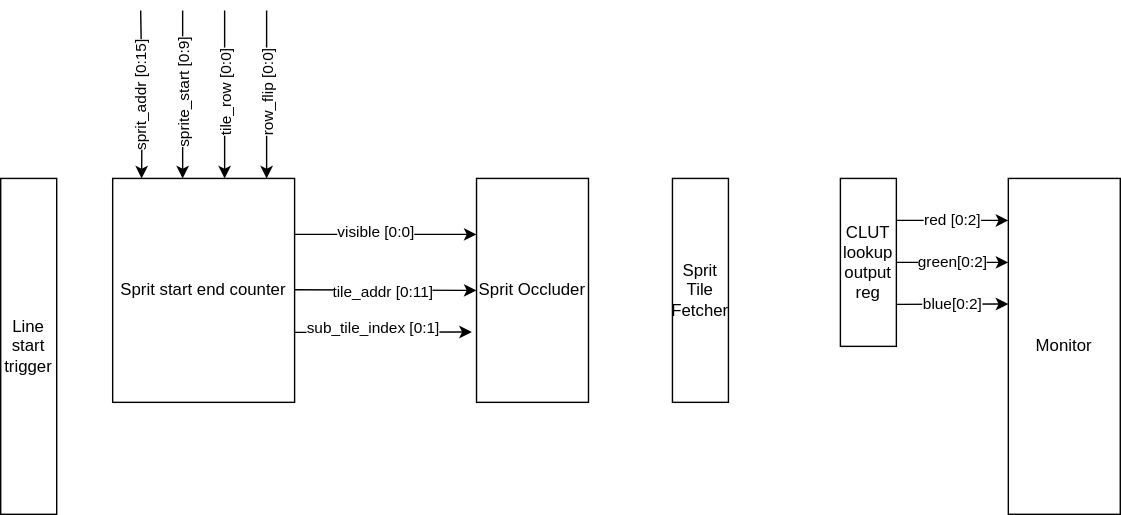
The draw.io diagram doc/pixel_pipeline.drawio.svg in londey/ultra_16_gs_sv, before a commit. Source tidied: cells renumbered, new cells last; positions are measured from the earlier drawing's top-left corner, leaving out a move shared by most shapes.
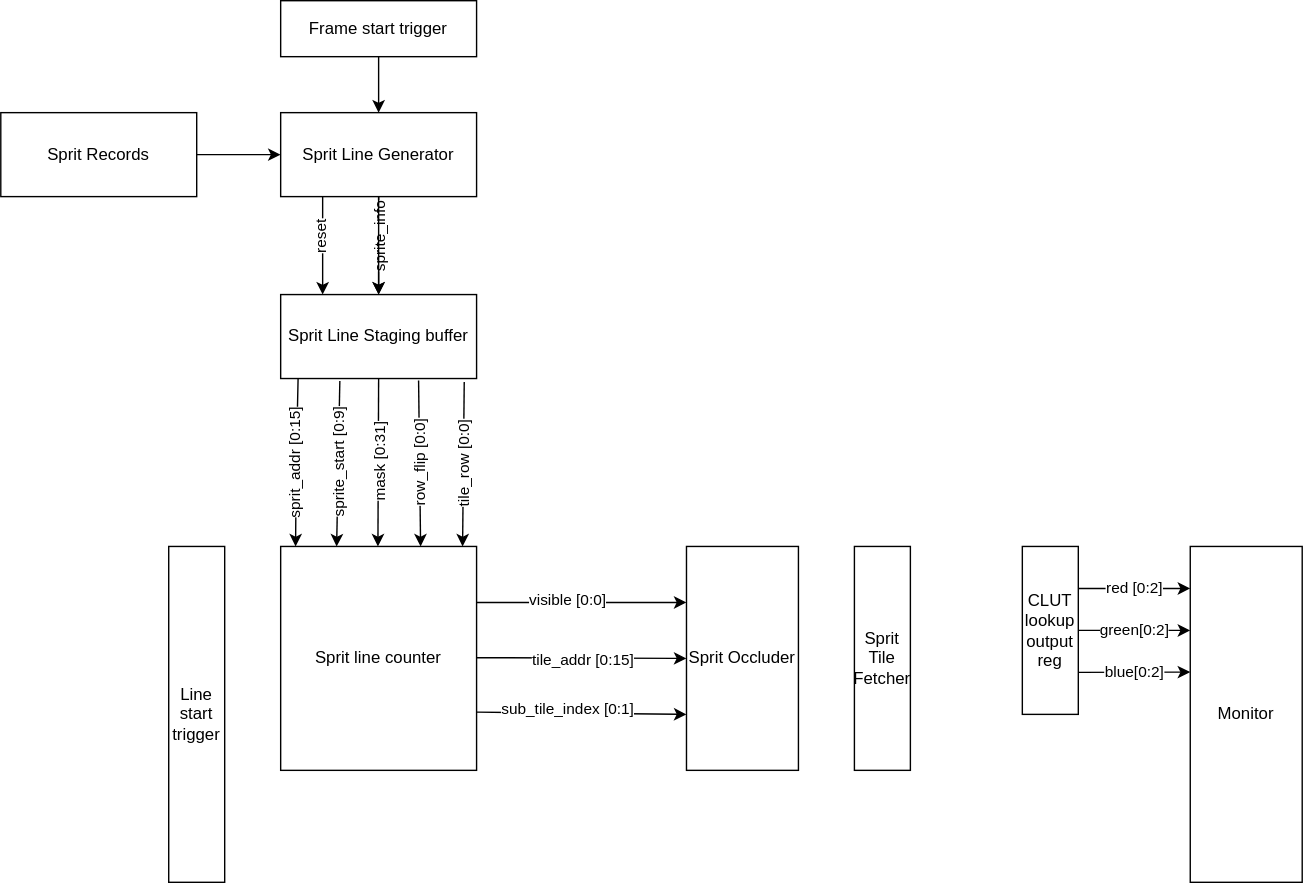
The same diagram one commit later.

What changed in the source:
```diff
@@ -3,33 +3,32 @@
     <mxCell id="0" />
     <mxCell id="1" parent="0" />
     <mxCell id="2" value="Monitor" style="rounded=0;whiteSpace=wrap;html=1;" parent="1" vertex="1">
-      <mxGeometry x="720" y="120" width="80" height="240" as="geometry" />
+      <mxGeometry x="720" y="340" width="80" height="240" as="geometry" />
     </mxCell>
     <mxCell id="3" value="red [0:2]" style="edgeStyle=none;html=1;exitX=1;exitY=0.25;exitDx=0;exitDy=0;" parent="1" edge="1" source="5">
       <mxGeometry relative="1" as="geometry">
-        <mxPoint x="720" y="150" as="targetPoint" />
+        <mxPoint x="720" y="370" as="targetPoint" />
       </mxGeometry>
     </mxCell>
     <mxCell id="4" value="blue[0:2]" style="edgeStyle=none;html=1;exitX=1;exitY=0.75;exitDx=0;exitDy=0;entryX=0;entryY=0.874;entryDx=0;entryDy=0;entryPerimeter=0;" parent="1" edge="1" source="5">
       <mxGeometry relative="1" as="geometry">
-        <mxPoint x="720" y="209.8" as="targetPoint" />
+        <mxPoint x="720" y="429.8" as="targetPoint" />
       </mxGeometry>
     </mxCell>
     <mxCell id="5" value="CLUT lookup output reg" style="rounded=0;whiteSpace=wrap;html=1;" parent="1" vertex="1">
-      <mxGeometry x="600" y="120" width="40" height="120" as="geometry" />
+      <mxGeometry x="600" y="340" width="40" height="120" as="geometry" />
     </mxCell>
     <mxCell id="6" value="green[0:2]" style="edgeStyle=none;html=1;exitX=1;exitY=0.5;exitDx=0;exitDy=0;entryX=0;entryY=0.75;entryDx=0;entryDy=0;" parent="1" edge="1" source="5">
       <mxGeometry relative="1" as="geometry">
-        <mxPoint x="720" y="180" as="targetPoint" />
+        <mxPoint x="720" y="400" as="targetPoint" />
       </mxGeometry>
     </mxCell>
     <mxCell id="7" value="Line start trigger" style="rounded=0;whiteSpace=wrap;html=1;" parent="1" vertex="1">
-      <mxGeometry y="120" width="40" height="240" as="geometry" />
+      <mxGeometry x="-10" y="340" width="40" height="240" as="geometry" />
     </mxCell>
-    <mxCell id="8" style="edgeStyle=none;html=1;entryX=0.25;entryY=0;entryDx=0;entryDy=0;" parent="1" edge="1">
+    <mxCell id="8" style="edgeStyle=none;html=1;entryX=0.25;entryY=0;entryDx=0;entryDy=0;exitX=0.302;exitY=1.029;exitDx=0;exitDy=0;exitPerimeter=0;" parent="1" edge="1" source="25">
       <mxGeometry relative="1" as="geometry">
-        <mxPoint x="130" as="sourcePoint" />
-        <mxPoint x="130" y="120" as="targetPoint" />
+        <mxPoint x="110" y="340" as="targetPoint" />
       </mxGeometry>
     </mxCell>
     <mxCell id="9" value="sprite_start [0:9]" style="edgeLabel;html=1;align=center;verticalAlign=middle;rotation=-90;" parent="8" vertex="1">
@@ -37,12 +36,11 @@
         <mxPoint x="-1" y="16" as="offset" />
       </mxGeometry>
     </mxCell>
-    <mxCell id="10" style="edgeStyle=none;html=1;entryX=0.663;entryY=-0.013;entryDx=0;entryDy=0;entryPerimeter=0;" parent="1" edge="1">
+    <mxCell id="10" style="edgeStyle=none;html=1;entryX=0.663;entryY=-0.013;entryDx=0;entryDy=0;entryPerimeter=0;exitX=0.089;exitY=0.995;exitDx=0;exitDy=0;exitPerimeter=0;" parent="1" edge="1" source="25">
       <mxGeometry relative="1" as="geometry">
-        <mxPoint x="100" as="sourcePoint" />
-        <mxPoint x="100.7" y="120" as="targetPoint" />
+        <mxPoint x="80.7" y="340" as="targetPoint" />
         <Array as="points">
-          <mxPoint x="101.1" y="62.1" />
+          <mxPoint x="81.1" y="282.1" />
         </Array>
       </mxGeometry>
     </mxCell>
@@ -53,10 +51,10 @@
     </mxCell>
     <mxCell id="12" style="edgeStyle=none;html=1;exitX=1;exitY=0.25;exitDx=0;exitDy=0;entryX=0;entryY=0.5;entryDx=0;entryDy=0;" parent="1" edge="1" target="21">
       <mxGeometry relative="1" as="geometry">
-        <mxPoint x="210" y="199.5" as="sourcePoint" />
+        <mxPoint x="210" y="419.5" as="sourcePoint" />
       </mxGeometry>
     </mxCell>
-    <mxCell id="13" value="tile_addr [0:11]" style="edgeLabel;html=1;align=center;verticalAlign=middle;" parent="12" vertex="1">
+    <mxCell id="13" value="tile_addr [0:15]" style="edgeLabel;html=1;align=center;verticalAlign=middle;" parent="12" vertex="1">
       <mxGeometry x="0.26" y="-1" relative="1" as="geometry">
         <mxPoint x="-19" as="offset" />
       </mxGeometry>
@@ -69,13 +67,12 @@
         <mxPoint x="13" as="offset" />
       </mxGeometry>
     </mxCell>
-    <mxCell id="16" value="Sprit start end counter" style="rounded=0;whiteSpace=wrap;html=1;" parent="1" vertex="1">
-      <mxGeometry x="80" y="120" width="130" height="160" as="geometry" />
+    <mxCell id="16" value="Sprit line counter" style="rounded=0;whiteSpace=wrap;html=1;" parent="1" vertex="1">
+      <mxGeometry x="70" y="340" width="140" height="160" as="geometry" />
     </mxCell>
-    <mxCell id="17" style="edgeStyle=none;html=1;entryX=0.25;entryY=0;entryDx=0;entryDy=0;" parent="1" edge="1">
+    <mxCell id="17" style="edgeStyle=none;html=1;entryX=0.25;entryY=0;entryDx=0;entryDy=0;exitX=0.937;exitY=1.041;exitDx=0;exitDy=0;exitPerimeter=0;" parent="1" edge="1" source="25">
       <mxGeometry relative="1" as="geometry">
-        <mxPoint x="160" as="sourcePoint" />
-        <mxPoint x="160" y="120" as="targetPoint" />
+        <mxPoint x="200" y="340" as="targetPoint" />
       </mxGeometry>
     </mxCell>
     <mxCell id="18" value="tile_row [0:0]" style="edgeLabel;html=1;align=center;verticalAlign=middle;rotation=-90;" parent="17" vertex="1">
@@ -83,10 +80,9 @@
         <mxPoint x="-1" y="16" as="offset" />
       </mxGeometry>
     </mxCell>
-    <mxCell id="19" style="edgeStyle=none;html=1;entryX=0.25;entryY=0;entryDx=0;entryDy=0;" parent="1" edge="1">
+    <mxCell id="19" style="edgeStyle=none;html=1;entryX=0.25;entryY=0;entryDx=0;entryDy=0;exitX=0.704;exitY=1.023;exitDx=0;exitDy=0;exitPerimeter=0;" parent="1" edge="1" source="25">
       <mxGeometry relative="1" as="geometry">
-        <mxPoint x="190" as="sourcePoint" />
-        <mxPoint x="190" y="120" as="targetPoint" />
+        <mxPoint x="170" y="340" as="targetPoint" />
       </mxGeometry>
     </mxCell>
     <mxCell id="20" value="row_flip [0:0]" style="edgeLabel;html=1;align=center;verticalAlign=middle;rotation=-90;" parent="19" vertex="1">
@@ -95,11 +91,11 @@
       </mxGeometry>
     </mxCell>
     <mxCell id="21" value="Sprit Occluder" style="rounded=0;whiteSpace=wrap;html=1;" parent="1" vertex="1">
-      <mxGeometry x="340" y="120" width="80" height="160" as="geometry" />
+      <mxGeometry x="360" y="340" width="80" height="160" as="geometry" />
     </mxCell>
-    <mxCell id="22" style="edgeStyle=none;html=1;exitX=1;exitY=0.25;exitDx=0;exitDy=0;entryX=-0.042;entryY=0.686;entryDx=0;entryDy=0;entryPerimeter=0;" parent="1" edge="1" target="21">
+    <mxCell id="22" style="edgeStyle=none;html=1;entryX=0;entryY=0.75;entryDx=0;entryDy=0;entryPerimeter=0;exitX=1.012;exitY=0.676;exitDx=0;exitDy=0;exitPerimeter=0;" parent="1" edge="1" target="21">
       <mxGeometry relative="1" as="geometry">
-        <mxPoint x="210" y="230" as="sourcePoint" />
+        <mxPoint x="210" y="458.4" as="sourcePoint" />
       </mxGeometry>
     </mxCell>
     <mxCell id="23" value="sub_tile_index [0:1]" style="edgeLabel;html=1;align=center;verticalAlign=middle;" parent="22" vertex="1">
@@ -108,7 +104,57 @@
       </mxGeometry>
     </mxCell>
     <mxCell id="24" value="Sprit Tile Fetcher" style="rounded=0;whiteSpace=wrap;html=1;" parent="1" vertex="1">
-      <mxGeometry x="480" y="120" width="40" height="160" as="geometry" />
+      <mxGeometry x="480" y="340" width="40" height="160" as="geometry" />
     </mxCell>
+    <mxCell id="25" value="Sprit Line Staging buffer" style="rounded=0;whiteSpace=wrap;html=1;" parent="1" vertex="1">
+      <mxGeometry x="70" y="160" width="140" height="60" as="geometry" />
+    </mxCell>
+    <mxCell id="26" style="edgeStyle=none;html=1;entryX=0.25;entryY=0;entryDx=0;entryDy=0;exitX=0.5;exitY=1;exitDx=0;exitDy=0;" parent="1" edge="1" source="25">
+      <mxGeometry relative="1" as="geometry">
+        <mxPoint x="139.5" y="340" as="targetPoint" />
+      </mxGeometry>
+    </mxCell>
+    <mxCell id="27" value="mask [0:31]" style="edgeLabel;html=1;align=center;verticalAlign=middle;rotation=-90;" parent="26" vertex="1">
+      <mxGeometry x="-0.27" y="1" relative="1" as="geometry">
+        <mxPoint x="-1" y="16" as="offset" />
+      </mxGeometry>
+    </mxCell>
+    <mxCell id="28" style="edgeStyle=none;html=1;exitX=0.5;exitY=1;exitDx=0;exitDy=0;entryX=0.5;entryY=0;entryDx=0;entryDy=0;" parent="1" edge="1" source="31" target="25">
+      <mxGeometry relative="1" as="geometry" />
+    </mxCell>
+    <mxCell id="29" value="sprite_info" style="edgeLabel;html=1;align=center;verticalAlign=middle;rotation=-90;" parent="28" vertex="1">
+      <mxGeometry x="-0.27" y="1" relative="1" as="geometry">
+        <mxPoint x="-1" y="4" as="offset" />
+      </mxGeometry>
+    </mxCell>
+    <mxCell id="30" style="edgeStyle=none;html=1;" parent="1" edge="1" source="31" target="25">
+      <mxGeometry relative="1" as="geometry" />
+    </mxCell>
+    <mxCell id="31" value="Sprit Line Generator" style="rounded=0;whiteSpace=wrap;html=1;" parent="1" vertex="1">
+      <mxGeometry x="70" y="30" width="140" height="60" as="geometry" />
+    </mxCell>
+    <mxCell id="32" style="edgeStyle=none;html=1;entryX=0.5;entryY=0;entryDx=0;entryDy=0;" parent="1" edge="1" source="33" target="31">
+      <mxGeometry relative="1" as="geometry" />
+    </mxCell>
+    <mxCell id="33" value="Frame start trigger" style="rounded=0;whiteSpace=wrap;html=1;" parent="1" vertex="1">
+      <mxGeometry x="70" y="-50" width="140" height="40" as="geometry" />
+    </mxCell>
+    <mxCell id="34" style="edgeStyle=none;html=1;entryX=0;entryY=0.5;entryDx=0;entryDy=0;" parent="1" edge="1" source="35" target="31">
+      <mxGeometry relative="1" as="geometry" />
+    </mxCell>
+    <mxCell id="35" value="Sprit Records" style="rounded=0;whiteSpace=wrap;html=1;" parent="1" vertex="1">
+      <mxGeometry x="-130" y="30" width="140" height="60" as="geometry" />
+    </mxCell>
+    <mxCell id="36" style="edgeStyle=none;html=1;exitX=0.5;exitY=1;exitDx=0;exitDy=0;entryX=0.5;entryY=0;entryDx=0;entryDy=0;" parent="1" edge="1">
+      <mxGeometry relative="1" as="geometry">
+        <mxPoint x="100" y="90" as="sourcePoint" />
+        <mxPoint x="100" y="160" as="targetPoint" />
+      </mxGeometry>
+    </mxCell>
+    <mxCell id="37" value="reset" style="edgeLabel;html=1;align=center;verticalAlign=middle;rotation=-90;" parent="36" vertex="1">
+      <mxGeometry x="-0.53" y="-2" relative="1" as="geometry">
+        <mxPoint y="13" as="offset" />
+      </mxGeometry>
+    </mxCell>
   </root>
 </mxGraphModel>
```
